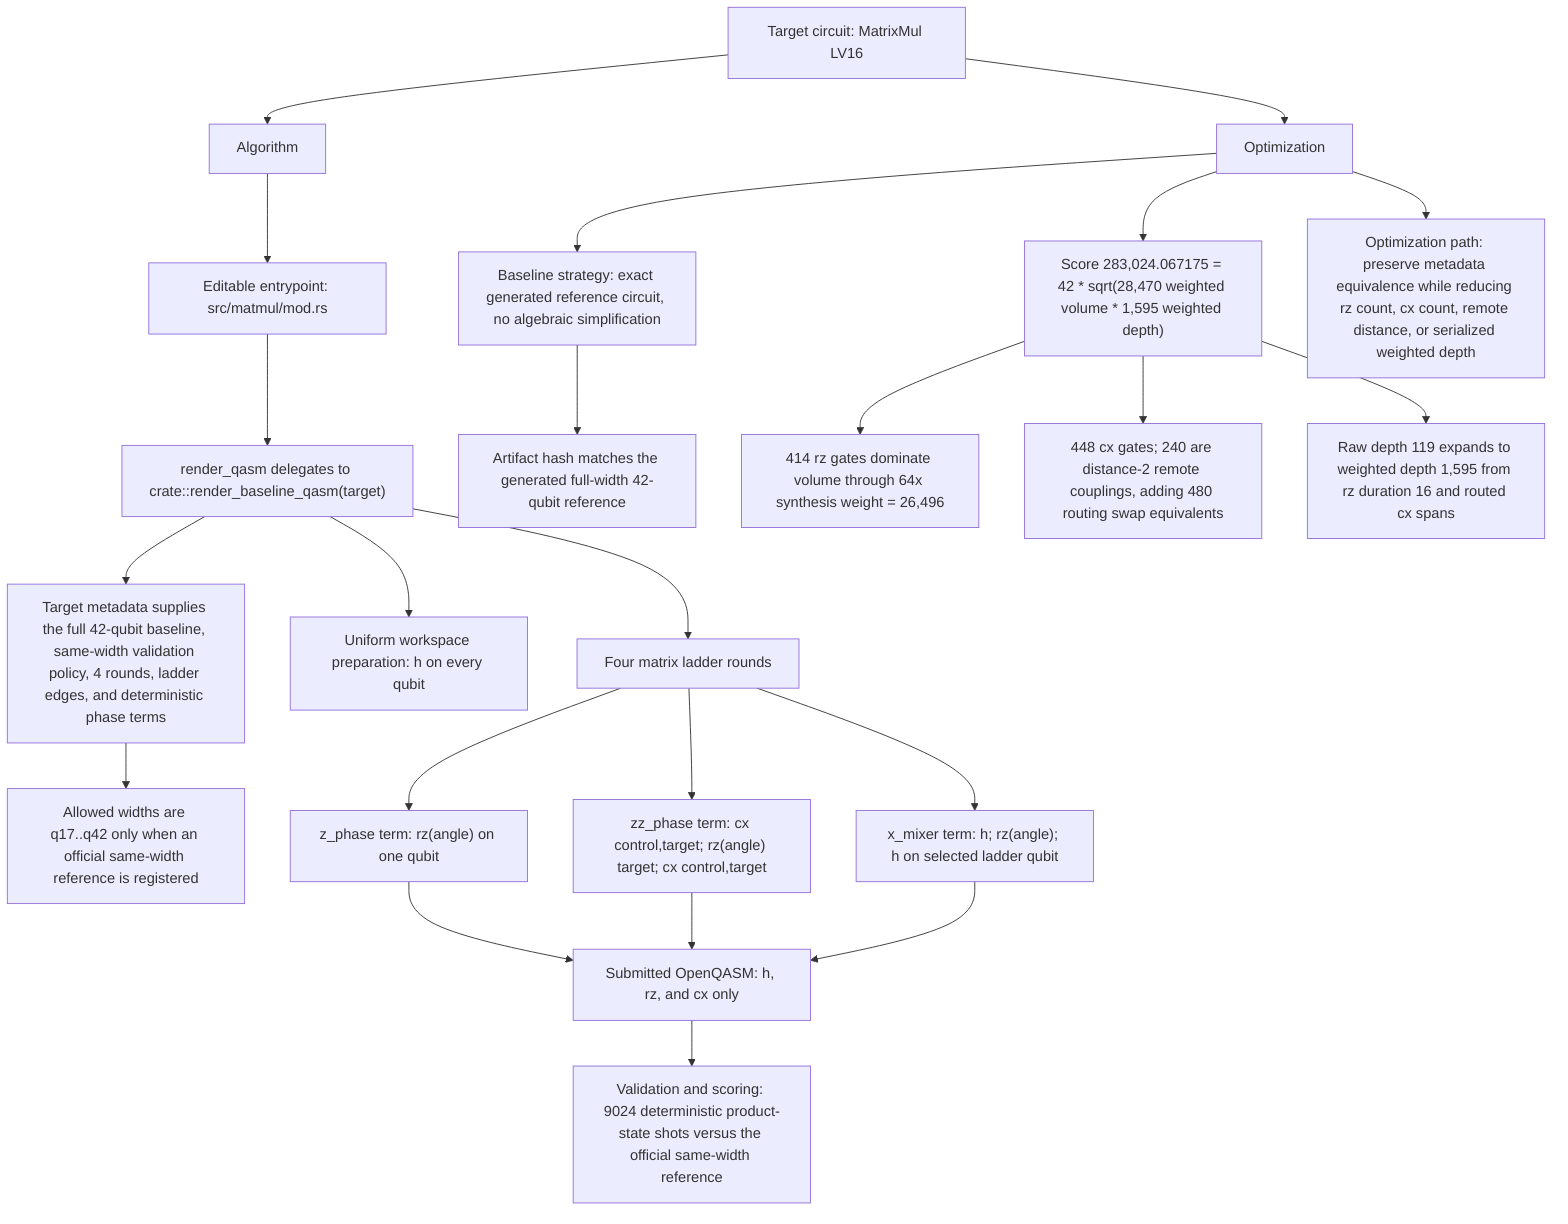
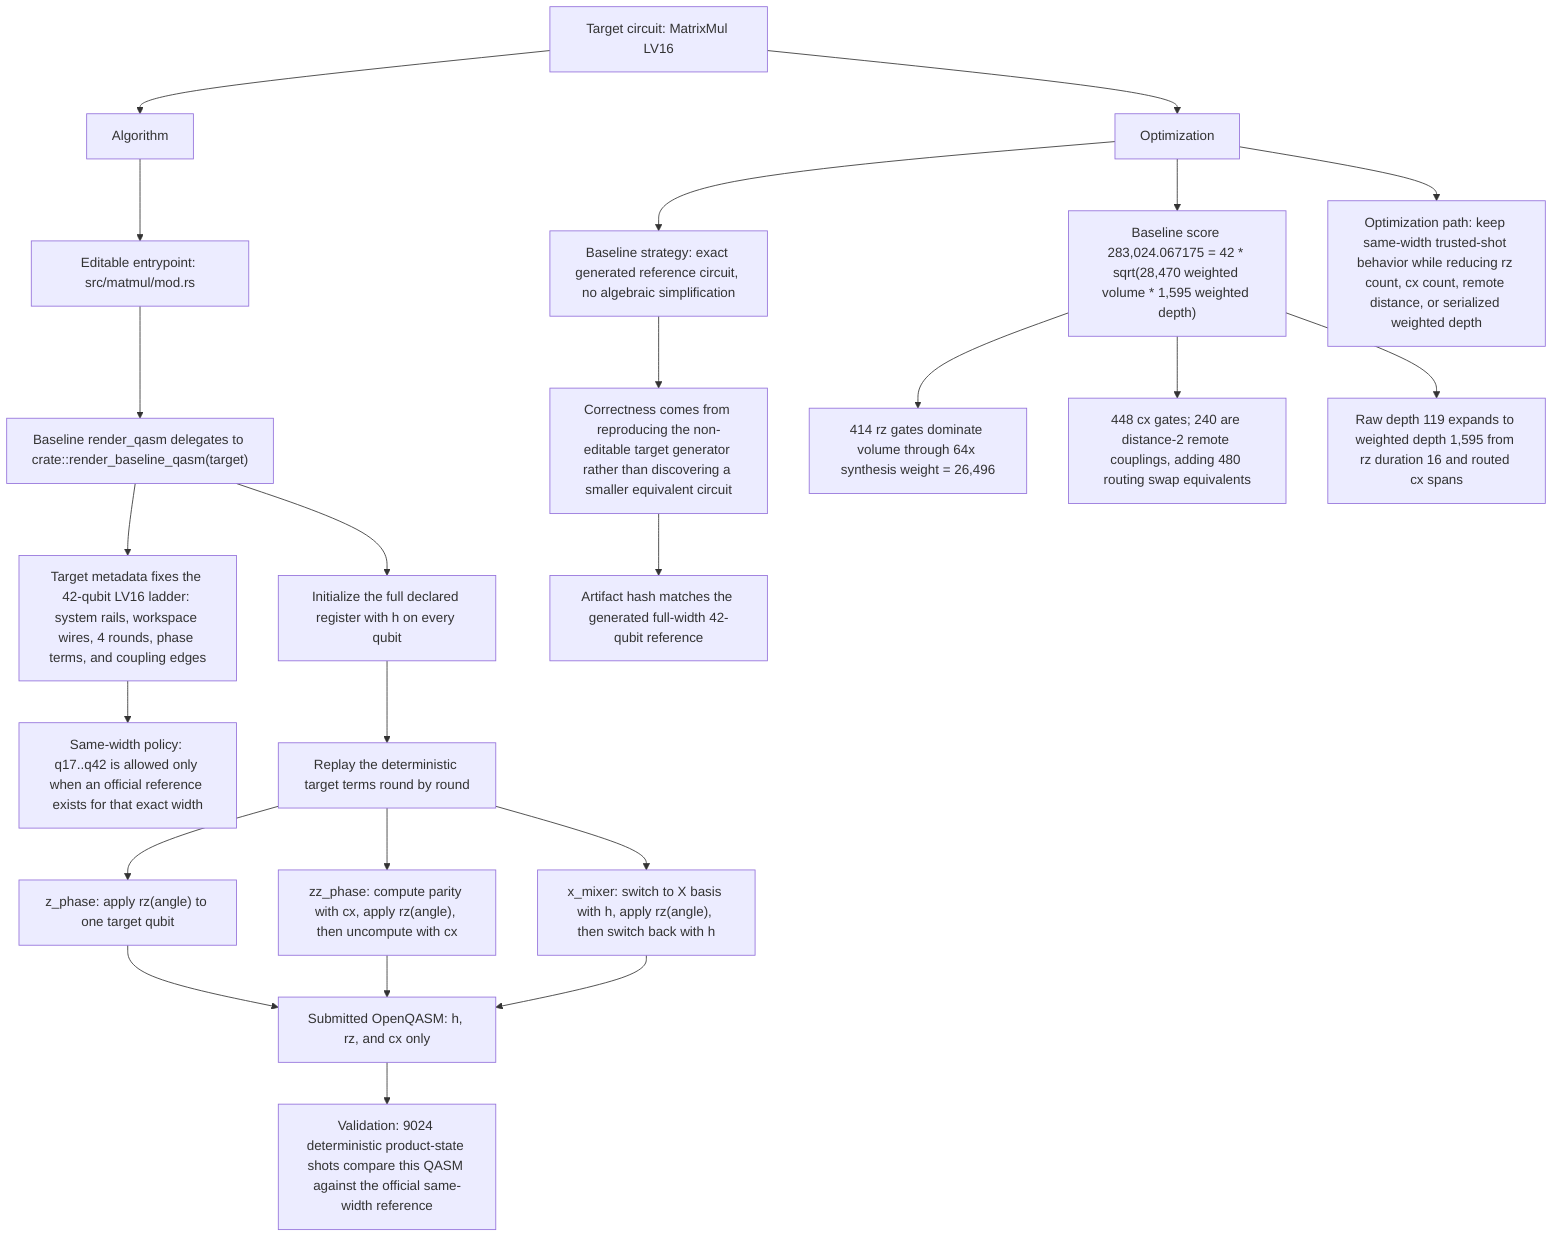
flowchart TD
  target["Target circuit: MatrixMul LV16"]
  algorithm["Algorithm"]
  optimization["Optimization"]

  target --> algorithm
  target --> optimization

  algorithm --> Editable["Editable entrypoint: src/matmul/mod.rs"]
-   Editable --> Delegate["render_qasm delegates to crate::render_baseline_qasm(target)"]
-   Delegate --> Metadata["Target metadata supplies the full 42-qubit baseline, same-width validation policy, 4 rounds, ladder edges, and deterministic phase terms"]
-   Metadata --> Layout["Allowed widths are q17..q42 only when an official same-width reference is registered"]
-   Delegate --> Prep["Uniform workspace preparation: h on every qubit"]
-   Delegate --> Rounds["Four matrix ladder rounds"]
-   Rounds --> ZPhase["z_phase term: rz(angle) on one qubit"]
-   Rounds --> ZZPhase["zz_phase term: cx control,target; rz(angle) target; cx control,target"]
-   Rounds --> XMixer["x_mixer term: h; rz(angle); h on selected ladder qubit"]
+   Editable --> Delegate["Baseline render_qasm delegates to crate::render_baseline_qasm(target)"]
+   Delegate --> Metadata["Target metadata fixes the 42-qubit LV16 ladder: system rails, workspace wires, 4 rounds, phase terms, and coupling edges"]
+   Metadata --> Policy["Same-width policy: q17..q42 is allowed only when an official reference exists for that exact width"]
+   Delegate --> Prep["Initialize the full declared register with h on every qubit"]
+   Prep --> Rounds["Replay the deterministic target terms round by round"]
+   Rounds --> ZPhase["z_phase: apply rz(angle) to one target qubit"]
+   Rounds --> ZZPhase["zz_phase: compute parity with cx, apply rz(angle), then uncompute with cx"]
+   Rounds --> XMixer["x_mixer: switch to X basis with h, apply rz(angle), then switch back with h"]
  ZPhase --> QASM["Submitted OpenQASM: h, rz, and cx only"]
  ZZPhase --> QASM
  XMixer --> QASM
-   QASM --> Validation["Validation and scoring: 9024 deterministic product-state shots versus the official same-width reference"]
+   QASM --> Validation["Validation: 9024 deterministic product-state shots compare this QASM against the official same-width reference"]

  optimization --> Baseline["Baseline strategy: exact generated reference circuit, no algebraic simplification"]
-   Baseline --> Hash["Artifact hash matches the generated full-width 42-qubit reference"]
-   optimization --> Score["Score 283,024.067175 = 42 * sqrt(28,470 weighted volume * 1,595 weighted depth)"]
+   Baseline --> Correctness["Correctness comes from reproducing the non-editable target generator rather than discovering a smaller equivalent circuit"]
+   Correctness --> Hash["Artifact hash matches the generated full-width 42-qubit reference"]
+   optimization --> Score["Baseline score 283,024.067175 = 42 * sqrt(28,470 weighted volume * 1,595 weighted depth)"]
  Score --> Rotations["414 rz gates dominate volume through 64x synthesis weight = 26,496"]
  Score --> Entangling["448 cx gates; 240 are distance-2 remote couplings, adding 480 routing swap equivalents"]
  Score --> Depth["Raw depth 119 expands to weighted depth 1,595 from rz duration 16 and routed cx spans"]
-   optimization --> Opportunity["Optimization path: preserve metadata equivalence while reducing rz count, cx count, remote distance, or serialized weighted depth"]
+   optimization --> Opportunity["Optimization path: keep same-width trusted-shot behavior while reducing rz count, cx count, remote distance, or serialized weighted depth"]
